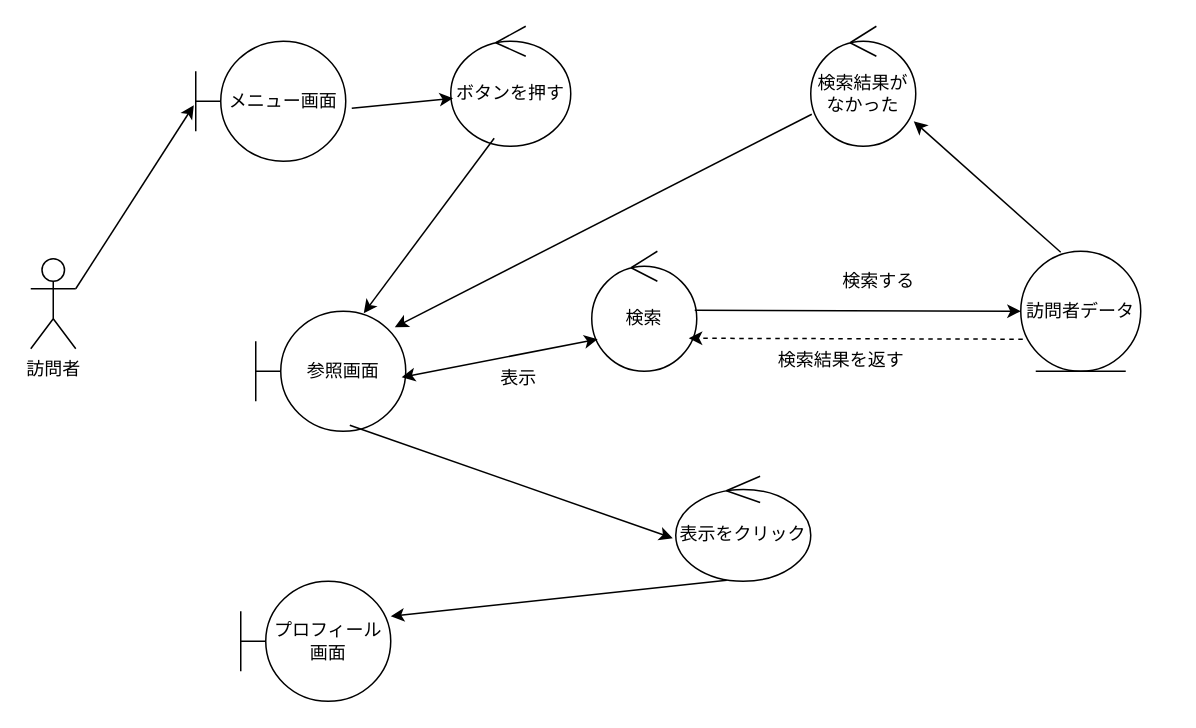
This is group/07_web_visitor/ロバストネス図/robustness_02_index.drawio from ko246/ohara_uml, a draw.io file, before an edit. Source tidied: cells renumbered, new cells numbered last; positions are measured from the earlier drawing's top-left corner, leaving out a move shared by most shapes. Both pictures are drawn from the tidied source at 150%, with x=0, y=0 at pixel (30, 26).
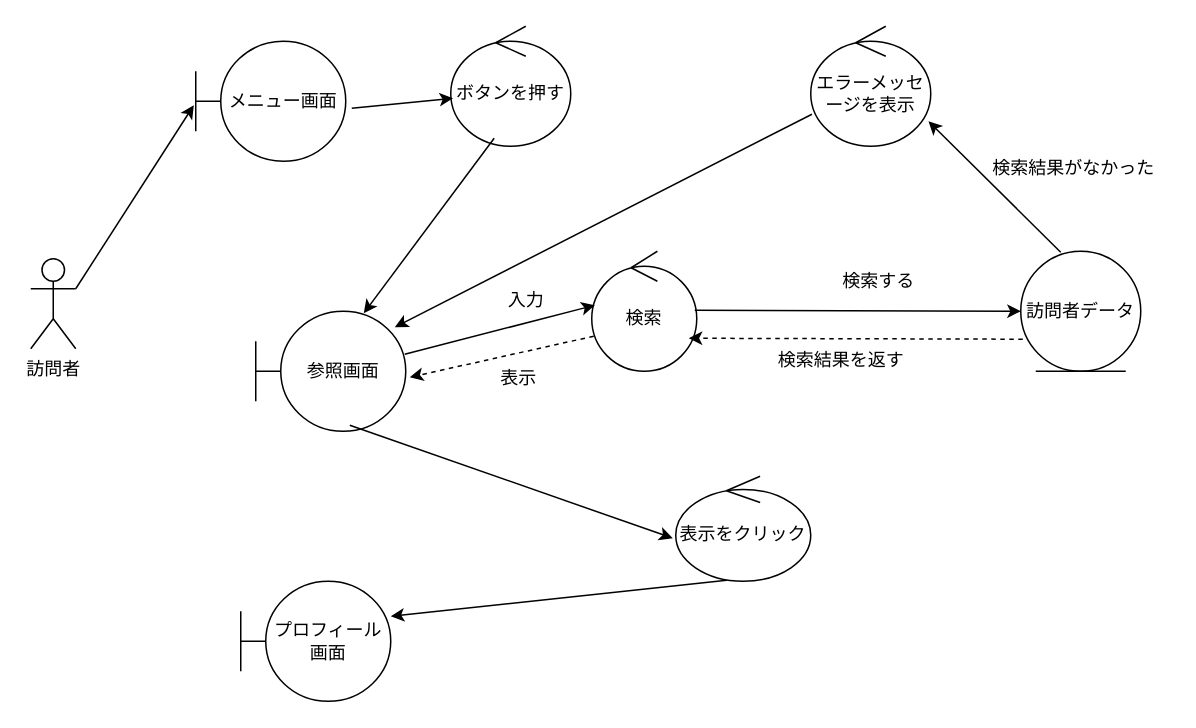
Above is the later version.

The change refers to these unchanged cells:
```xml
<mxCell id="5" value="検索" style="ellipse;shape=umlControl;whiteSpace=wrap;html=1;" parent="1" vertex="1">
  <mxGeometry x="374" y="150" width="70" height="80" as="geometry" />
</mxCell>
<mxCell id="6" value="訪問者データ" style="ellipse;shape=umlEntity;whiteSpace=wrap;html=1;" parent="1" vertex="1">
  <mxGeometry x="660" y="150" width="80" height="80" as="geometry" />
</mxCell>
<mxCell id="8" value="参照画面" style="shape=umlBoundary;whiteSpace=wrap;html=1;fontStyle=0;" parent="1" vertex="1">
  <mxGeometry x="150" y="190" width="100" height="80" as="geometry" />
</mxCell>
```

Diff of the diagram source:
```diff
@@
-    <mxCell id="16" style="endArrow=classic;html=1;dashed=1;exitX=0.017;exitY=0.733;exitDx=0;exitDy=0;exitPerimeter=0;entryX=0.924;entryY=0.725;entryDx=0;entryDy=0;entryPerimeter=0;endFill=1;" parent="1" edge="1" source="6" target="5">
+    <mxCell id="16" style="endArrow=classic;html=1;dashed=1;exitX=0.017;exitY=0.733;exitDx=0;exitDy=0;exitPerimeter=0;entryX=0.924;entryY=0.725;entryDx=0;entryDy=0;entryPerimeter=0;endFill=1;fontStyle=1;" parent="1" edge="1" source="6" target="5">
       <mxGeometry relative="1" as="geometry" />
     </mxCell>
@@
-    <mxCell id="20" value="検索結果がなかった" style="ellipse;shape=umlControl;whiteSpace=wrap;html=1;" parent="1" vertex="1">
-      <mxGeometry x="520" width="70" height="80" as="geometry" />
+    <mxCell id="20" value="エラーメッセージを表示" style="ellipse;shape=umlControl;whiteSpace=wrap;html=1;" parent="1" vertex="1">
+      <mxGeometry x="520" width="80" height="80" as="geometry" />
     </mxCell>
@@
-    <mxCell id="23" style="endArrow=classic;startArrow=classic;html=1;exitX=0.973;exitY=0.55;exitDx=0;exitDy=0;exitPerimeter=0;entryX=0.057;entryY=0.733;entryDx=0;entryDy=0;entryPerimeter=0;" parent="1" edge="1" source="8" target="5">
+    <mxCell id="23" style="endArrow=classic;html=1;entryX=0.029;entryY=0.45;entryDx=0;entryDy=0;exitX=0.993;exitY=0.358;exitDx=0;exitDy=0;exitPerimeter=0;entryPerimeter=0;" parent="1" edge="1" source="8" target="5">
       <mxGeometry relative="1" as="geometry" />
     </mxCell>
+    <mxCell id="24" style="endArrow=classic;html=1;dashed=1;exitX=0.019;exitY=0.708;exitDx=0;exitDy=0;exitPerimeter=0;entryX=1.027;entryY=0.55;entryDx=0;entryDy=0;entryPerimeter=0;endFill=1;fontStyle=1;" parent="1" edge="1" source="5" target="8">
+      <mxGeometry relative="1" as="geometry" />
+    </mxCell>
+    <mxCell id="25" value="入力" style="text;html=1;align=center;verticalAlign=middle;strokeColor=none;fillColor=none;" parent="1" vertex="1">
+      <mxGeometry x="305" y="168" width="50" height="30" as="geometry" />
+    </mxCell>
+    <mxCell id="26" value="検索結果がなかった" style="text;html=1;align=center;verticalAlign=middle;strokeColor=none;fillColor=none;" parent="1" vertex="1">
+      <mxGeometry x="630" y="80" width="130" height="30" as="geometry" />
+    </mxCell>
```
